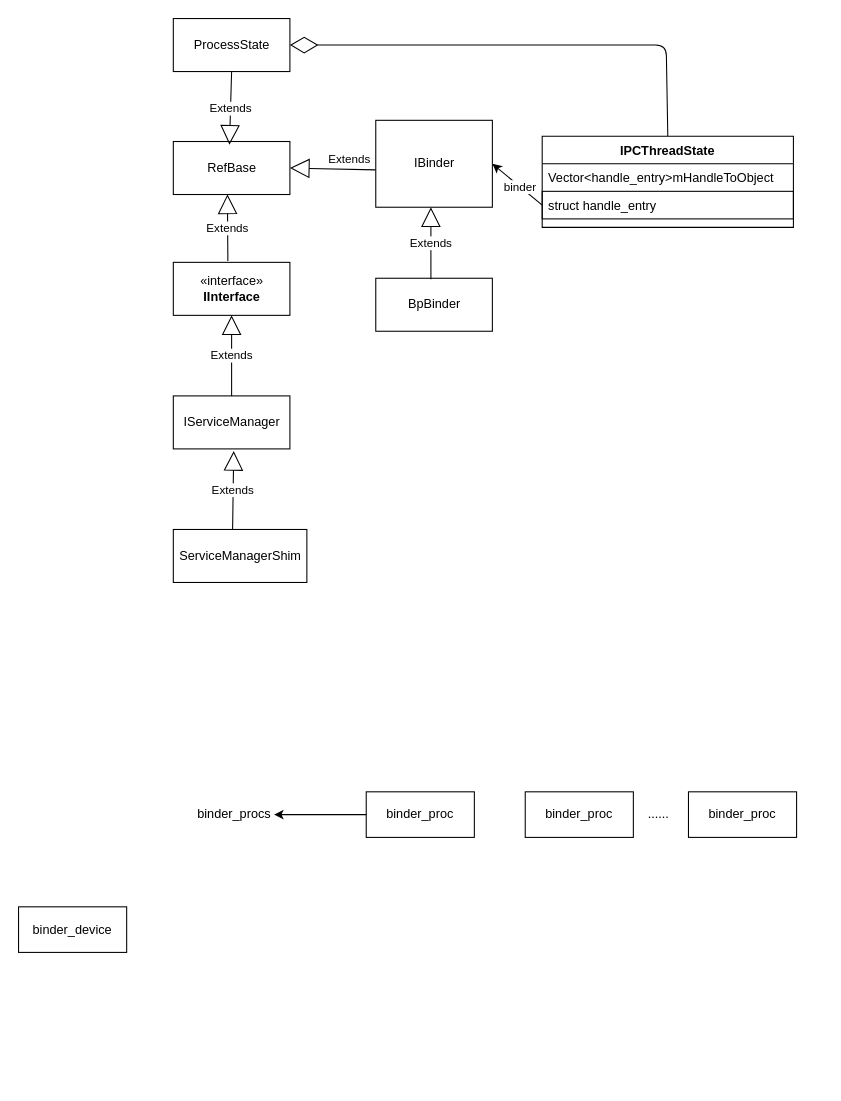
The draw.io diagram Untitled Diagram.drawio in jasonactions/graph, before the edit. Source tidied: cells renumbered, new cells numbered last; positions are measured from the earlier drawing's top-left corner, leaving out a move shared by most shapes. Both pictures are drawn from the tidied source at 106%, with x=0, y=0 at pixel (18, 18).
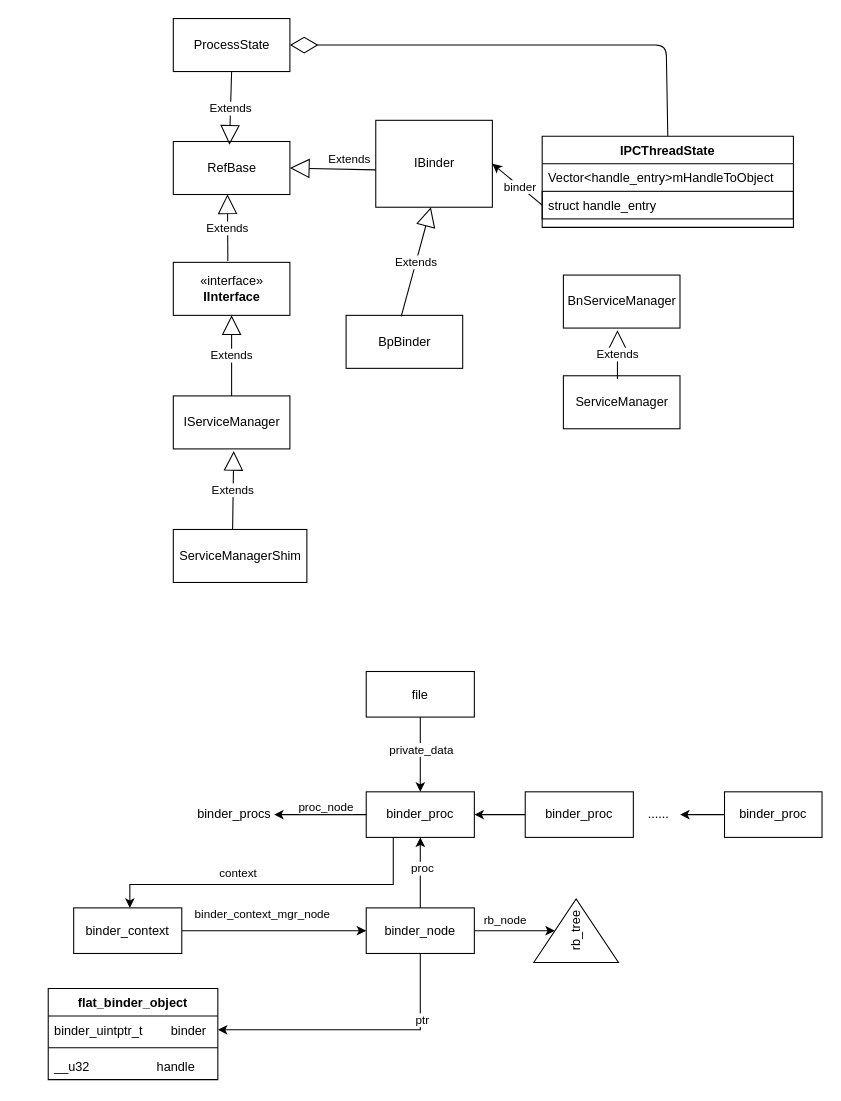
Above is the later version.

The change refers to these unchanged cells:
```xml
<mxCell id="22" value="binder_proc" style="rounded=0;whiteSpace=wrap;html=1;strokeColor=#000000;" parent="1" vertex="1">
  <mxGeometry x="328" y="729.5" width="102" height="43" as="geometry" />
</mxCell>
<mxCell id="25" value="binder_proc" style="rounded=0;whiteSpace=wrap;html=1;strokeColor=#000000;" parent="1" vertex="1">
  <mxGeometry x="478" y="729.5" width="102" height="43" as="geometry" />
</mxCell>
<mxCell id="27" style="endArrow=classic;html=1;exitX=0;exitY=0.5;exitDx=0;exitDy=0;" parent="1" edge="1" source="22">
  <mxGeometry relative="1" as="geometry">
    <mxPoint x="241" y="751" as="targetPoint" />
  </mxGeometry>
</mxCell>
<mxCell id="28" value="......" style="text;html=1;strokeColor=none;fillColor=none;align=center;verticalAlign=middle;whiteSpace=wrap;rounded=0;" parent="1" vertex="1">
  <mxGeometry x="584" y="741" width="40" height="20" as="geometry" />
</mxCell>
```

Diff of the diagram source:
```diff
@@
     <mxCell id="20" value="BpBinder" style="html=1;strokeColor=#000000;" parent="1" vertex="1">
-      <mxGeometry x="337" y="245" width="110" height="50" as="geometry" />
+      <mxGeometry x="309" y="280" width="110" height="50" as="geometry" />
     </mxCell>
@@
+    <mxCell id="29" style="edgeStyle=orthogonalEdgeStyle;rounded=0;jettySize=auto;html=1;exitX=0.25;exitY=1;exitDx=0;exitDy=0;" parent="1" edge="1" source="22" target="44">
+      <mxGeometry relative="1" as="geometry">
+        <Array as="points">
+          <mxPoint x="354" y="817" />
+          <mxPoint x="105" y="817" />
+        </Array>
+      </mxGeometry>
+    </mxCell>
+    <mxCell id="30" value="context" style="edgeLabel;html=1;align=center;verticalAlign=middle;" parent="29" vertex="1">
+      <mxGeometry x="0.23" y="-2" relative="1" as="geometry">
+        <mxPoint x="2" y="-10" as="offset" />
+      </mxGeometry>
+    </mxCell>
@@
-    <mxCell id="23" value="binder_device" style="rounded=0;whiteSpace=wrap;html=1;strokeColor=#000000;" parent="1" vertex="1">
-      <mxGeometry y="838" width="102" height="43" as="geometry" />
-    </mxCell>
@@
+    <mxCell id="31" style="edgeStyle=orthogonalEdgeStyle;rounded=0;jettySize=auto;html=1;entryX=1;entryY=0.5;entryDx=0;entryDy=0;" parent="1" edge="1" source="25" target="22">
+      <mxGeometry relative="1" as="geometry" />
+    </mxCell>
@@
+    <mxCell id="32" style="edgeStyle=orthogonalEdgeStyle;rounded=0;jettySize=auto;html=1;entryX=1;entryY=0.5;entryDx=0;entryDy=0;" parent="1" edge="1" source="26" target="28">
+      <mxGeometry relative="1" as="geometry" />
+    </mxCell>
     <mxCell id="26" value="binder_proc" style="rounded=0;whiteSpace=wrap;html=1;strokeColor=#000000;" parent="1" vertex="1">
-      <mxGeometry x="632" y="729.5" width="102" height="43" as="geometry" />
+      <mxGeometry x="666" y="729.5" width="92" height="43" as="geometry" />
     </mxCell>
@@
+    <mxCell id="33" value="proc_node" style="edgeLabel;html=1;align=center;verticalAlign=middle;" parent="27" vertex="1">
+      <mxGeometry x="0.33" y="3" relative="1" as="geometry">
+        <mxPoint x="19" y="-11" as="offset" />
+      </mxGeometry>
+    </mxCell>
@@
+    <mxCell id="34" value="ServiceManager" style="html=1;strokeColor=#000000;" parent="1" vertex="1">
+      <mxGeometry x="514" y="337" width="110" height="50" as="geometry" />
+    </mxCell>
+    <mxCell id="35" value="BnServiceManager" style="html=1;strokeColor=#000000;" parent="1" vertex="1">
+      <mxGeometry x="514" y="242" width="110" height="50" as="geometry" />
+    </mxCell>
+    <mxCell id="36" value="Extends" style="endArrow=block;endSize=16;endFill=0;html=1;" parent="1" edge="1">
+      <mxGeometry relative="1" as="geometry">
+        <mxPoint x="565" y="340" as="sourcePoint" />
+        <mxPoint x="565" y="294" as="targetPoint" />
+      </mxGeometry>
+    </mxCell>
+    <mxCell id="37" style="edgeStyle=orthogonalEdgeStyle;rounded=0;jettySize=auto;html=1;" parent="1" edge="1" source="41" target="50">
+      <mxGeometry relative="1" as="geometry" />
+    </mxCell>
+    <mxCell id="38" value="rb_node" style="edgeLabel;html=1;align=center;verticalAlign=middle;" parent="37" vertex="1">
+      <mxGeometry x="-0.24" y="-1" relative="1" as="geometry">
+        <mxPoint x="-1" y="-11" as="offset" />
+      </mxGeometry>
+    </mxCell>
+    <mxCell id="39" style="edgeStyle=orthogonalEdgeStyle;rounded=0;jettySize=auto;html=1;entryX=1;entryY=0.5;entryDx=0;entryDy=0;" parent="1" edge="1" source="41" target="52">
+      <mxGeometry relative="1" as="geometry" />
+    </mxCell>
+    <mxCell id="40" value="ptr" style="edgeLabel;html=1;align=center;verticalAlign=middle;" parent="39" vertex="1">
+      <mxGeometry x="-0.53" y="1" relative="1" as="geometry" />
+    </mxCell>
+    <mxCell id="41" value="binder_node" style="rounded=0;whiteSpace=wrap;html=1;strokeColor=#000000;" parent="1" vertex="1">
+      <mxGeometry x="328" y="839" width="102" height="43" as="geometry" />
+    </mxCell>
+    <mxCell id="42" style="edgeStyle=orthogonalEdgeStyle;rounded=0;jettySize=auto;html=1;entryX=0;entryY=0.5;entryDx=0;entryDy=0;" parent="1" edge="1" source="44" target="41">
+      <mxGeometry relative="1" as="geometry" />
+    </mxCell>
+    <mxCell id="43" value="binder_context_mgr_node" style="edgeLabel;html=1;align=center;verticalAlign=middle;" parent="42" vertex="1">
+      <mxGeometry x="-0.2" y="-2" relative="1" as="geometry">
+        <mxPoint x="5" y="-18" as="offset" />
+      </mxGeometry>
+    </mxCell>
+    <mxCell id="44" value="binder_context" style="rounded=0;whiteSpace=wrap;html=1;strokeColor=#000000;" parent="1" vertex="1">
+      <mxGeometry x="52" y="839" width="102" height="43" as="geometry" />
+    </mxCell>
+    <mxCell id="45" style="edgeStyle=orthogonalEdgeStyle;rounded=0;jettySize=auto;html=1;" parent="1" edge="1" source="47" target="22">
+      <mxGeometry relative="1" as="geometry" />
+    </mxCell>
+    <mxCell id="46" value="private_data" style="edgeLabel;html=1;align=center;verticalAlign=middle;" parent="45" vertex="1">
+      <mxGeometry x="0.22" relative="1" as="geometry">
+        <mxPoint y="-13" as="offset" />
+      </mxGeometry>
+    </mxCell>
+    <mxCell id="47" value="file" style="rounded=0;whiteSpace=wrap;html=1;strokeColor=#000000;" parent="1" vertex="1">
+      <mxGeometry x="328" y="616" width="102" height="43" as="geometry" />
+    </mxCell>
+    <mxCell id="48" style="endArrow=classic;html=1;exitX=0.5;exitY=0;exitDx=0;exitDy=0;entryX=0.5;entryY=1;entryDx=0;entryDy=0;" parent="1" edge="1" source="41" target="22">
+      <mxGeometry relative="1" as="geometry" />
+    </mxCell>
+    <mxCell id="49" value="proc" style="edgeLabel;html=1;align=center;verticalAlign=middle;" parent="48" vertex="1">
+      <mxGeometry x="0.18" y="-1" relative="1" as="geometry">
+        <mxPoint y="1" as="offset" />
+      </mxGeometry>
+    </mxCell>
+    <mxCell id="50" value="rb_tree" style="triangle;whiteSpace=wrap;html=1;strokeColor=#000000;rotation=-90;" parent="1" vertex="1">
+      <mxGeometry x="496" y="820.5" width="60" height="80" as="geometry" />
+    </mxCell>
+    <mxCell id="51" value="flat_binder_object" style="swimlane;fontStyle=1;align=center;verticalAlign=top;horizontal=1;startSize=26;strokeColor=#000000;" parent="1" vertex="1">
+      <mxGeometry x="28" y="915" width="160" height="86" as="geometry" />
+    </mxCell>
+    <mxCell id="52" value="binder_uintptr_t        binder" style="text;strokeColor=none;fillColor=none;align=left;verticalAlign=top;spacingLeft=4;spacingRight=4;overflow=hidden;points=[[0,0.5],[1,0.5]];portConstraint=eastwest;" parent="51" vertex="1">
+      <mxGeometry y="26" width="160" height="26" as="geometry" />
+    </mxCell>
+    <mxCell id="53" style="line;strokeWidth=1;fillColor=none;align=left;verticalAlign=middle;spacingTop=-1;spacingLeft=3;spacingRight=3;labelPosition=right;" parent="51" vertex="1">
+      <mxGeometry y="52" width="160" height="8" as="geometry" />
+    </mxCell>
+    <mxCell id="54" value="__u32                   handle" style="text;strokeColor=none;fillColor=none;align=left;verticalAlign=top;spacingLeft=4;spacingRight=4;overflow=hidden;" parent="51" vertex="1">
+      <mxGeometry y="60" width="160" height="26" as="geometry" />
+    </mxCell>
```
